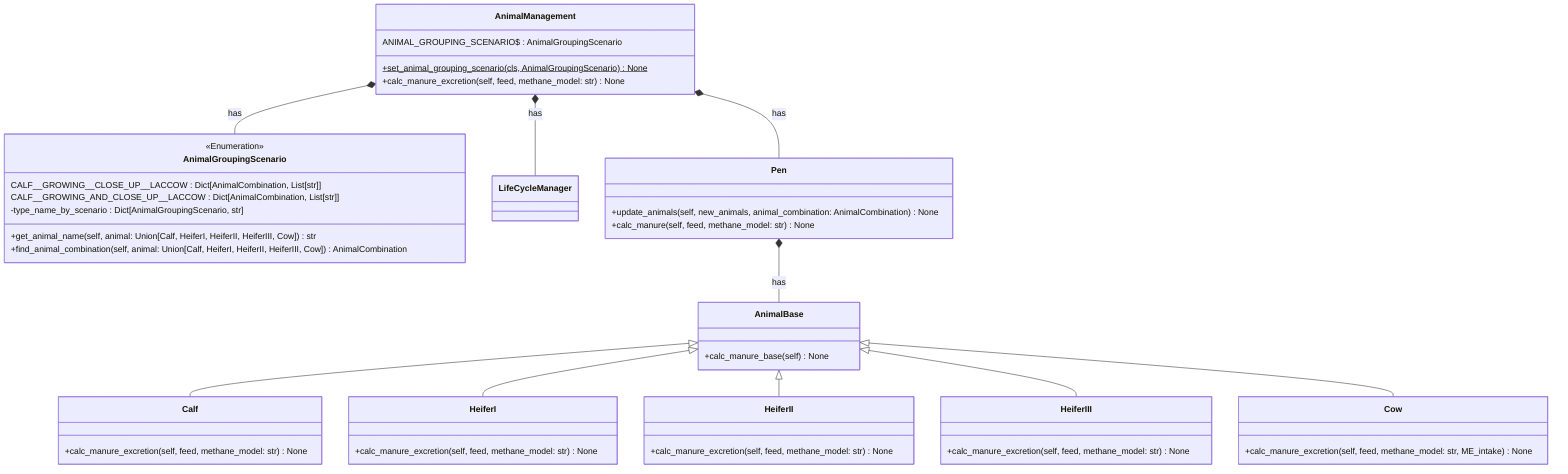
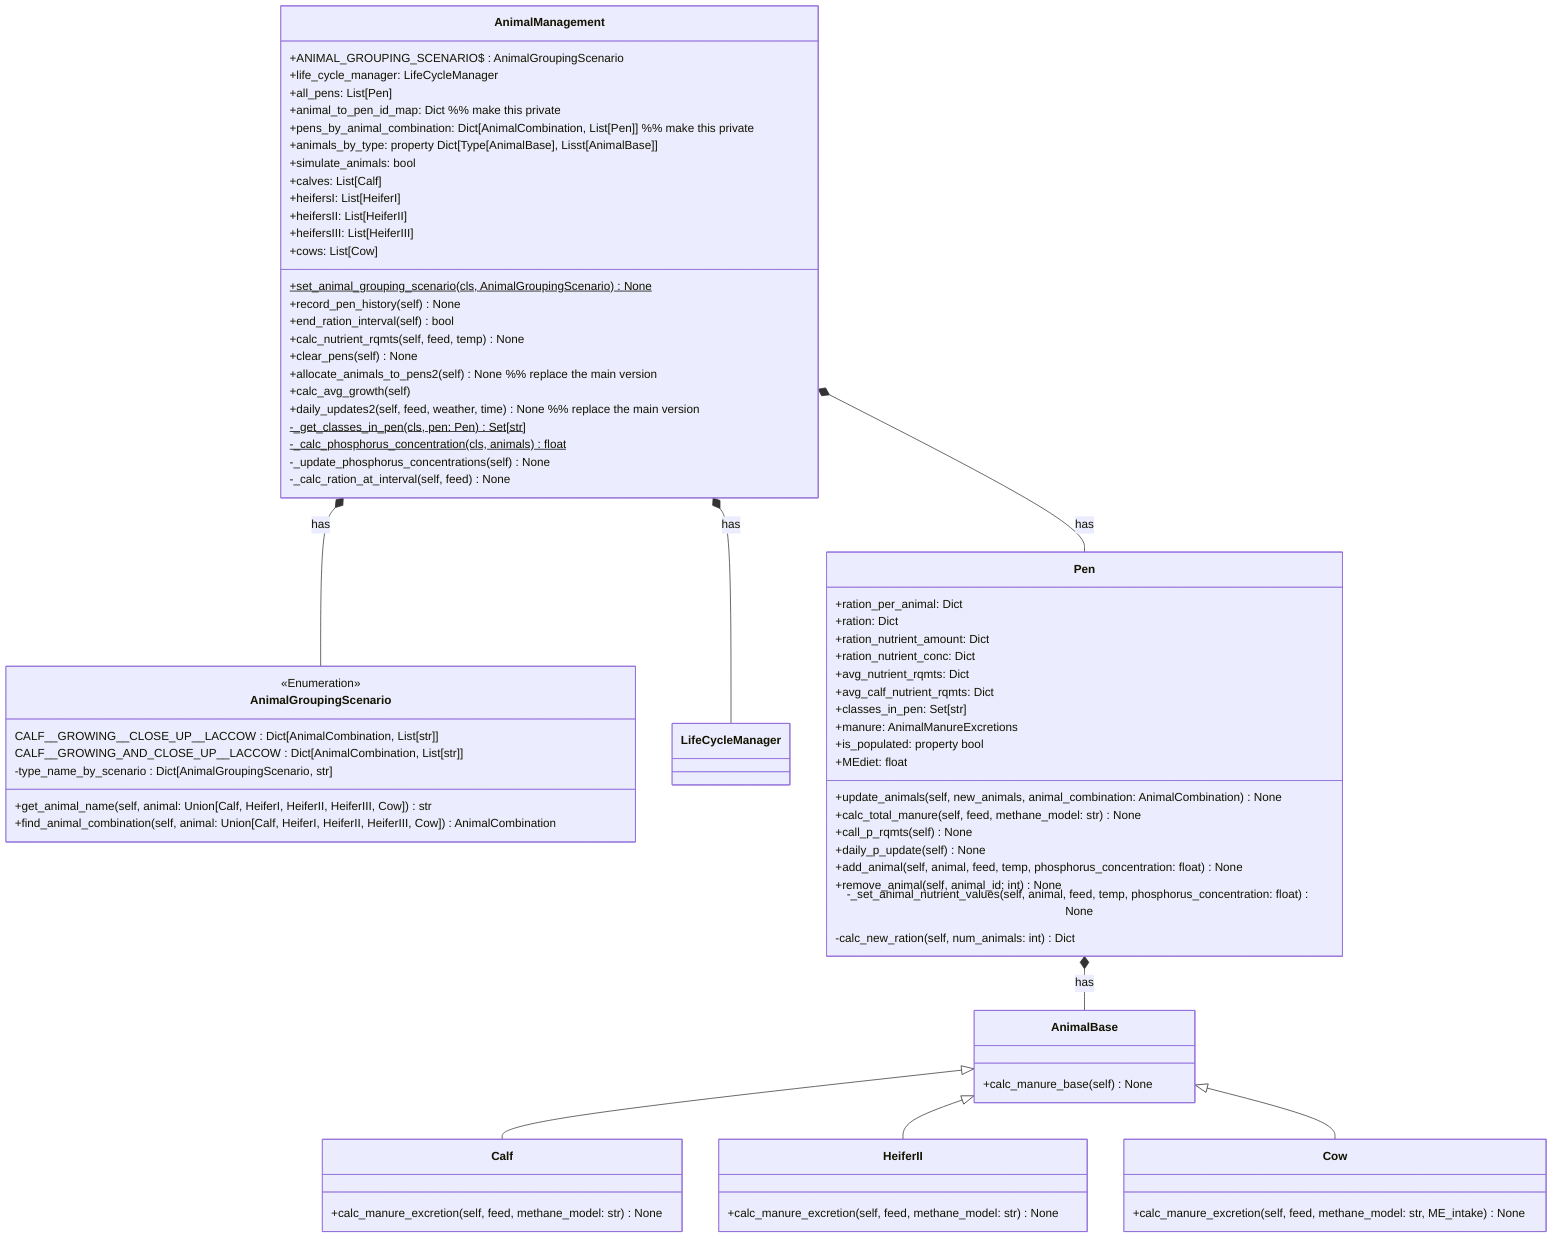
+ %% Update as we go along
classDiagram
    AnimalManagement *-- AnimalGroupingScenario  : has
    AnimalManagement *-- LifeCycleManager : has
    AnimalManagement *-- Pen : has
    Pen *-- AnimalBase : has
    AnimalBase <|-- Calf
-     AnimalBase <|-- HeiferI
+ %%    AnimalBase <|-- HeiferI
    AnimalBase <|-- HeiferII
-     AnimalBase <|-- HeiferIII
+ %%    AnimalBase <|-- HeiferIII
    AnimalBase <|-- Cow
    class AnimalGroupingScenario {
        <<Enumeration>>
        CALF__GROWING__CLOSE_UP__LACCOW : Dict[AnimalCombination, List[str]]
        CALF__GROWING_AND_CLOSE_UP__LACCOW : Dict[AnimalCombination, List[str]]
        -type_name_by_scenario : Dict[AnimalGroupingScenario, str]
        +get_animal_name(self, animal: Union[Calf, HeiferI, HeiferII, HeiferIII, Cow]) str
        +find_animal_combination(self, animal: Union[Calf, HeiferI, HeiferII, HeiferIII, Cow]) AnimalCombination
    }

    class AnimalManagement {
-         ANIMAL_GROUPING_SCENARIO$ : AnimalGroupingScenario
+         +ANIMAL_GROUPING_SCENARIO$ : AnimalGroupingScenario
+         +life_cycle_manager: LifeCycleManager
+         +all_pens: List[Pen]
+         +animal_to_pen_id_map: Dict %% make this private
+         +pens_by_animal_combination: Dict[AnimalCombination, List[Pen]]  %% make this private
+         +animals_by_type: property Dict[Type[AnimalBase], Lisst[AnimalBase]]
+         +simulate_animals: bool
+         +calves: List[Calf]
+         +heifersI: List[HeiferI]
+         +heifersII: List[HeiferII]
+         +heifersIII: List[HeiferIII]
+         +cows: List[Cow]
        +set_animal_grouping_scenario(cls, AnimalGroupingScenario)$ None
-         +calc_manure_excretion(self, feed, methane_model: str) None
+         +record_pen_history(self) None
+         +end_ration_interval(self) bool
+         +calc_nutrient_rqmts(self, feed, temp) None
+         +clear_pens(self) None
+         +allocate_animals_to_pens2(self) None  %% replace the main version
+         +calc_avg_growth(self)
+         +daily_updates2(self, feed, weather, time) None  %% replace the main version
+         -_get_classes_in_pen(cls, pen: Pen)$ Set[str]
+         -_calc_phosphorus_concentration(cls, animals)$ float
+         -_update_phosphorus_concentrations(self) None
+         -_calc_ration_at_interval(self, feed) None
    }

    class LifeCycleManager {

    }

    class Pen {
+         +ration_per_animal: Dict
+         +ration: Dict
+         +ration_nutrient_amount: Dict
+         +ration_nutrient_conc: Dict
+         +avg_nutrient_rqmts: Dict
+         +avg_calf_nutrient_rqmts: Dict
+         +classes_in_pen: Set[str]
+         +manure: AnimalManureExcretions
+         +is_populated: property bool
+         +MEdiet: float
        +update_animals(self, new_animals, animal_combination: AnimalCombination) None
-         +calc_manure(self, feed, methane_model: str) None
+         +calc_total_manure(self, feed, methane_model: str) None
+         +call_p_rqmts(self) None
+         +daily_p_update(self) None
+         +add_animal(self, animal, feed, temp, phosphorus_concentration: float) None
+         +remove_animal(self, animal_id: int) None
+         -_set_animal_nutrient_values(self, animal, feed, temp, phosphorus_concentration: float) None
+         -calc_new_ration(self, num_animals: int) Dict
    }

    class AnimalBase {
        +calc_manure_base(self) None
    }

    class Calf {
        +calc_manure_excretion(self, feed, methane_model: str) None
    }

-     class HeiferI {
-         +calc_manure_excretion(self, feed, methane_model: str) None
-     }
+ %%    class HeiferI {
+ %%        +calc_manure_excretion(self, feed, methane_model: str) None
+ %%    }

    class HeiferII {
        +calc_manure_excretion(self, feed, methane_model: str) None
    }

-     class HeiferIII {
-         +calc_manure_excretion(self, feed, methane_model: str) None
-     }
+ %%    class HeiferIII {
+ %%        +calc_manure_excretion(self, feed, methane_model: str) None
+ %%    }

    class Cow {
        +calc_manure_excretion(self, feed, methane_model: str, ME_intake) None
    }